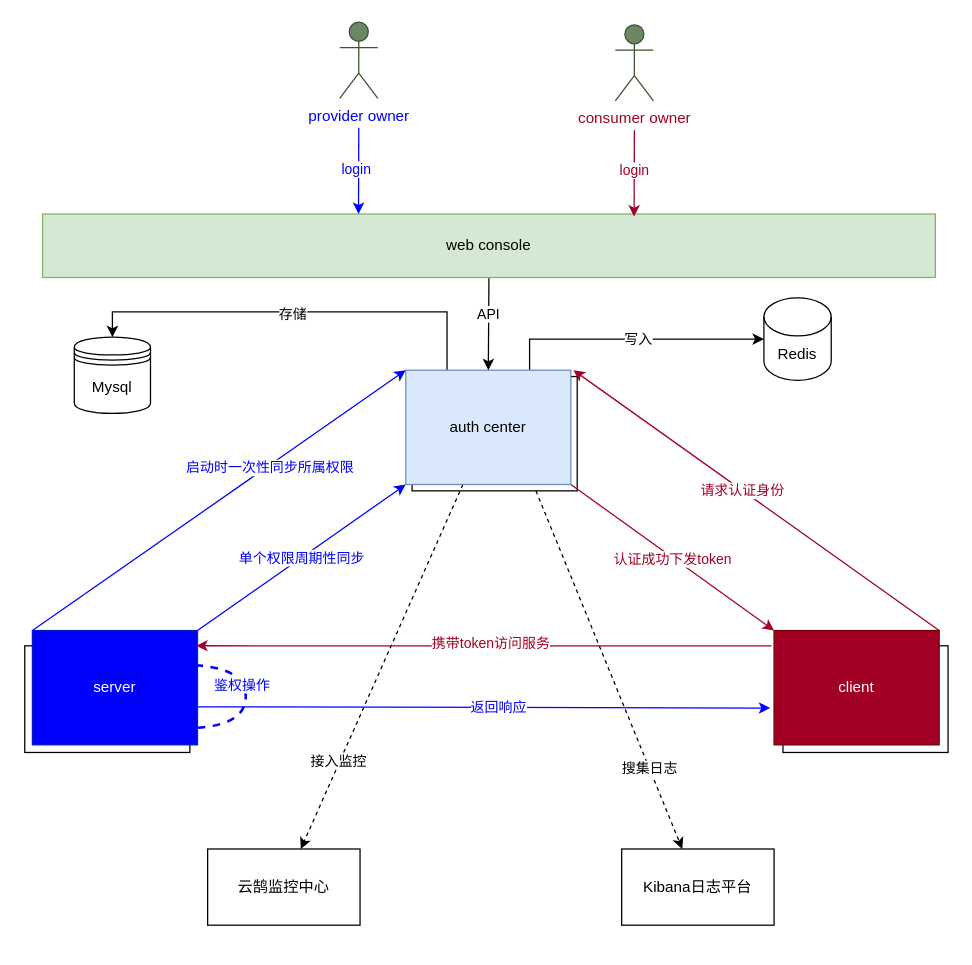
The draw.io diagram 鉴权中心一期.drawio in gitcodeporter/draw-uml, before the edit. Source tidied: cells renumbered, new cells numbered last; positions are measured from the earlier drawing's top-left corner, leaving out a move shared by most shapes. Both pictures are drawn from the tidied source at 127%, with x=0, y=0 at pixel (24, 22).
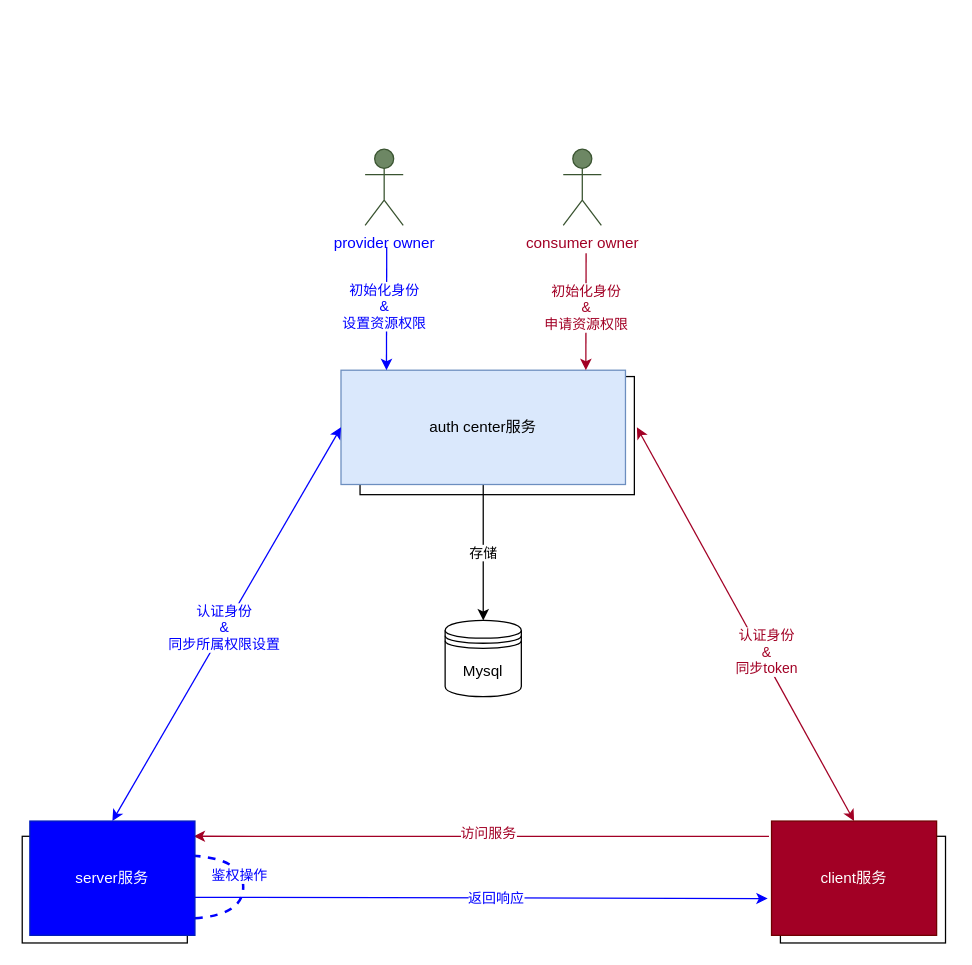
After the change.

Commit message (it also covers changes not shown here):
更新鉴权中心一期.drawio

What changed in the source:
```diff
@@
-    <mxCell id="2" style="edgeStyle=none;rounded=0;jettySize=auto;html=1;exitX=0.75;exitY=1;exitDx=0;exitDy=0;dashed=1;fontColor=#000000;startArrow=none;startFill=0;strokeColor=#000000;strokeWidth=1;" parent="1" edge="1" source="4" target="40">
-      <mxGeometry relative="1" as="geometry" />
-    </mxCell>
-    <mxCell id="3" value="搜集日志" style="edgeLabel;html=1;align=center;verticalAlign=middle;fontColor=#000000;" parent="2" vertex="1">
-      <mxGeometry x="0.55" relative="1" as="geometry" />
-    </mxCell>
     <mxCell id="4" style="rounded=0;whiteSpace=wrap;html=1;fillColor=#FFFFFF;" parent="1" vertex="1">
-      <mxGeometry x="305" y="279" width="130" height="90" as="geometry" />
+      <mxGeometry x="264" y="279" width="216" height="93" as="geometry" />
     </mxCell>
     <mxCell id="5" style="rounded=0;whiteSpace=wrap;html=1;fillColor=#FFFFFF;" parent="1" vertex="1">
-      <mxGeometry y="491" width="130" height="84" as="geometry" />
+      <mxGeometry x="-2" y="641" width="130" height="84" as="geometry" />
     </mxCell>
     <mxCell id="6" style="rounded=0;whiteSpace=wrap;html=1;fillColor=#FFFFFF;" parent="1" vertex="1">
-      <mxGeometry x="597" y="491" width="130" height="84" as="geometry" />
+      <mxGeometry x="595" y="641" width="130" height="84" as="geometry" />
     </mxCell>
-    <mxCell id="7" style="edgeStyle=none;rounded=0;jettySize=auto;html=1;strokeColor=#A20025;exitX=1;exitY=1;exitDx=0;exitDy=0;entryX=0;entryY=0;entryDx=0;entryDy=0;" parent="1" edge="1" source="15" target="23">
-      <mxGeometry relative="1" as="geometry" />
-    </mxCell>
-    <mxCell id="8" value="认证成功下发token" style="edgeLabel;html=1;align=center;verticalAlign=middle;fontColor=#A20025;" parent="7" vertex="1">
-      <mxGeometry x="0.03" relative="1" as="geometry">
-        <mxPoint x="-3" as="offset" />
-      </mxGeometry>
-    </mxCell>
-    <mxCell id="9" style="edgeStyle=orthogonalEdgeStyle;rounded=0;jettySize=auto;html=1;entryX=0.5;entryY=0;entryDx=0;entryDy=0;fontColor=#A20025;startArrow=none;startFill=0;strokeColor=#000000;strokeWidth=1;exitX=0.25;exitY=0;exitDx=0;exitDy=0;" parent="1" edge="1" source="15" target="37">
+    <mxCell id="9" style="edgeStyle=none;rounded=0;jettySize=auto;html=1;entryX=0.5;entryY=0;entryDx=0;entryDy=0;fontColor=#000000;startArrow=none;startFill=0;strokeColor=#000000;strokeWidth=1;" parent="1" edge="1" source="15" target="37">
       <mxGeometry relative="1" as="geometry" />
     </mxCell>
     <mxCell id="10" value="存储" style="edgeLabel;html=1;align=center;verticalAlign=middle;fontColor=#000000;" parent="9" vertex="1">
-      <mxGeometry x="0.02" y="1" relative="1" as="geometry" />
+      <mxGeometry x="-0.01" y="-1" relative="1" as="geometry" />
     </mxCell>
-    <mxCell id="11" style="edgeStyle=orthogonalEdgeStyle;rounded=0;jettySize=auto;html=1;fontColor=#A20025;startArrow=none;startFill=0;strokeColor=#000000;strokeWidth=1;exitX=0.75;exitY=0;exitDx=0;exitDy=0;" parent="1" edge="1" source="15" target="38">
-      <mxGeometry relative="1" as="geometry" />
-    </mxCell>
-    <mxCell id="12" value="写入" style="edgeLabel;html=1;align=center;verticalAlign=middle;fontColor=#000000;" parent="11" vertex="1">
-      <mxGeometry x="0.04" relative="1" as="geometry" />
-    </mxCell>
-    <mxCell id="13" style="rounded=0;jettySize=auto;html=1;fontColor=#000000;startArrow=none;startFill=0;strokeColor=#000000;strokeWidth=1;dashed=1;" parent="1" edge="1" source="15" target="39">
-      <mxGeometry relative="1" as="geometry" />
-    </mxCell>
-    <mxCell id="14" value="接入监控" style="edgeLabel;html=1;align=center;verticalAlign=middle;fontColor=#000000;" parent="13" vertex="1">
-      <mxGeometry x="0.52" y="-2" relative="1" as="geometry" />
-    </mxCell>
-    <mxCell id="15" value="auth center" style="rounded=0;whiteSpace=wrap;html=1;fillColor=#dae8fc;strokeColor=#6c8ebf;" parent="1" vertex="1">
-      <mxGeometry x="300" y="274" width="130" height="90" as="geometry" />
+    <mxCell id="15" value="auth center服务" style="rounded=0;whiteSpace=wrap;html=1;fillColor=#dae8fc;strokeColor=#6c8ebf;" parent="1" vertex="1">
+      <mxGeometry x="249" y="274" width="224" height="90" as="geometry" />
     </mxCell>
-    <mxCell id="16" style="edgeStyle=none;rounded=0;jettySize=auto;html=1;exitX=0.5;exitY=1;exitDx=0;exitDy=0;entryX=0.5;entryY=0;entryDx=0;entryDy=0;startArrow=none;startFill=0;strokeWidth=1;" parent="1" edge="1" source="18" target="15">
-      <mxGeometry relative="1" as="geometry" />
-    </mxCell>
-    <mxCell id="17" value="API" style="edgeLabel;html=1;align=center;verticalAlign=middle;" parent="16" vertex="1">
-      <mxGeometry x="-0.2" y="-1" relative="1" as="geometry" />
-    </mxCell>
-    <mxCell id="18" value="web console" style="rounded=0;whiteSpace=wrap;html=1;fillColor=#d5e8d4;strokeColor=#82b366;" parent="1" vertex="1">
-      <mxGeometry x="14" y="151" width="703" height="50" as="geometry" />
-    </mxCell>
     <mxCell id="19" style="edgeStyle=none;rounded=0;jettySize=auto;html=1;entryX=0.992;entryY=0.133;entryDx=0;entryDy=0;entryPerimeter=0;strokeColor=#A20025;" parent="1" edge="1" target="29">
       <mxGeometry relative="1" as="geometry">
-        <mxPoint x="588" y="491" as="sourcePoint" />
+        <mxPoint x="586" y="641" as="sourcePoint" />
+        <Array as="points">
+          <mxPoint x="396" y="641" />
+        </Array>
       </mxGeometry>
     </mxCell>
-    <mxCell id="20" value="携带token访问服务" style="edgeLabel;html=1;align=center;verticalAlign=middle;fontColor=#A20025;" parent="19" vertex="1">
+    <mxCell id="20" value="访问服务" style="edgeLabel;html=1;align=center;verticalAlign=middle;fontColor=#A20025;" parent="19" vertex="1">
       <mxGeometry x="0.14" relative="1" as="geometry">
         <mxPoint x="36" y="-2" as="offset" />
       </mxGeometry>
     </mxCell>
-    <mxCell id="21" style="edgeStyle=none;rounded=0;jettySize=auto;html=1;fontColor=#000000;startArrow=none;startFill=0;strokeColor=#A20025;strokeWidth=1;exitX=1;exitY=0;exitDx=0;exitDy=0;" parent="1" edge="1" source="23">
+    <mxCell id="21" style="edgeStyle=none;rounded=0;jettySize=auto;html=1;fontColor=#000000;startArrow=classic;startFill=1;strokeColor=#A20025;strokeWidth=1;exitX=0.5;exitY=0;exitDx=0;exitDy=0;" parent="1" edge="1" source="23">
       <mxGeometry relative="1" as="geometry">
-        <mxPoint x="432" y="274" as="targetPoint" />
+        <mxPoint x="482" y="319" as="targetPoint" />
       </mxGeometry>
     </mxCell>
-    <mxCell id="22" value="&lt;font color=&quot;#a20025&quot;&gt;请求认证身份&lt;/font&gt;" style="edgeLabel;html=1;align=center;verticalAlign=middle;fontColor=#000000;" parent="21" vertex="1">
-      <mxGeometry x="0.08" relative="1" as="geometry" />
+    <mxCell id="22" value="&lt;font color=&quot;#a20025&quot;&gt;认证身份&lt;br&gt;&amp;amp;&lt;br&gt;同步token&lt;br&gt;&lt;/font&gt;" style="edgeLabel;html=1;align=center;verticalAlign=middle;fontColor=#000000;" parent="21" vertex="1">
+      <mxGeometry x="0.08" relative="1" as="geometry">
+        <mxPoint x="23" y="34" as="offset" />
+      </mxGeometry>
     </mxCell>
-    <mxCell id="23" value="client" style="rounded=0;whiteSpace=wrap;html=1;fillColor=#a20025;strokeColor=#6F0000;fontColor=#ffffff;" parent="1" vertex="1">
-      <mxGeometry x="590" y="479" width="130" height="90" as="geometry" />
+    <mxCell id="23" value="client服务" style="rounded=0;whiteSpace=wrap;html=1;fillColor=#a20025;strokeColor=#6F0000;fontColor=#ffffff;" parent="1" vertex="1">
+      <mxGeometry x="588" y="629" width="130" height="90" as="geometry" />
     </mxCell>
-    <mxCell id="24" value="&lt;font color=&quot;#0000ff&quot;&gt;单个权限周期性同步&lt;/font&gt;" style="edgeStyle=none;rounded=0;jettySize=auto;html=1;exitX=1;exitY=0;exitDx=0;exitDy=0;entryX=0;entryY=1;entryDx=0;entryDy=0;strokeColor=#0000FF;" parent="1" edge="1" source="29" target="15">
-      <mxGeometry relative="1" as="geometry" />
-    </mxCell>
     <mxCell id="25" style="edgeStyle=none;rounded=0;jettySize=auto;html=1;exitX=1;exitY=0.667;exitDx=0;exitDy=0;exitPerimeter=0;strokeColor=#0000FF;" parent="1" edge="1" source="29">
       <mxGeometry relative="1" as="geometry">
-        <mxPoint x="587" y="540" as="targetPoint" />
+        <mxPoint x="585" y="690" as="targetPoint" />
       </mxGeometry>
     </mxCell>
@@
     <mxCell id="27" style="endArrow=none;dashed=1;html=1;strokeWidth=2;edgeStyle=orthogonalEdgeStyle;curved=1;strokeColor=#0000FF;" parent="1" edge="1">
       <mxGeometry relative="1" as="geometry">
-        <mxPoint x="124" y="556" as="sourcePoint" />
-        <mxPoint x="124" y="506" as="targetPoint" />
+        <mxPoint x="122" y="706" as="sourcePoint" />
+        <mxPoint x="122" y="656" as="targetPoint" />
         <Array as="points">
-          <mxPoint x="174" y="556" />
-          <mxPoint x="174" y="506" />
+          <mxPoint x="172" y="706" />
+          <mxPoint x="172" y="656" />
         </Array>
       </mxGeometry>
     </mxCell>
@@
-    <mxCell id="29" value="server" style="rounded=0;whiteSpace=wrap;html=1;fillColor=#0000FF;strokeColor=#001DBC;fontColor=#ffffff;" parent="1" vertex="1">
-      <mxGeometry x="6" y="479" width="130" height="90" as="geometry" />
+    <mxCell id="29" value="server服务" style="rounded=0;whiteSpace=wrap;html=1;fillColor=#0000FF;strokeColor=#001DBC;fontColor=#ffffff;" parent="1" vertex="1">
+      <mxGeometry x="4" y="629" width="130" height="90" as="geometry" />
     </mxCell>
     <mxCell id="30" style="edgeStyle=none;rounded=0;orthogonalLoop=1;jettySize=auto;html=1;entryX=0.25;entryY=0;entryDx=0;entryDy=0;startArrow=none;startFill=0;strokeWidth=1;strokeColor=#0000FF;" parent="1" edge="1">
       <mxGeometry relative="1" as="geometry">
-        <mxPoint x="263" y="83" as="sourcePoint" />
-        <mxPoint x="262.8" y="151" as="targetPoint" />
+        <mxPoint x="285" y="177" as="sourcePoint" />
+        <mxPoint x="284.8" y="274" as="targetPoint" />
       </mxGeometry>
     </mxCell>
-    <mxCell id="31" value="&lt;font color=&quot;#0000ff&quot;&gt;login&lt;/font&gt;" style="edgeLabel;html=1;align=center;verticalAlign=middle;fontColor=#000000;" parent="30" vertex="1">
+    <mxCell id="31" value="&lt;font color=&quot;#0000ff&quot;&gt;初始化身份&lt;br&gt;&amp;amp;&lt;br&gt;设置资源权限&lt;br&gt;&lt;/font&gt;" style="edgeLabel;html=1;align=center;verticalAlign=middle;fontColor=#000000;" parent="30" vertex="1">
       <mxGeometry x="-0.03" y="-2" relative="1" as="geometry" />
     </mxCell>
     <mxCell id="32" value="&lt;font color=&quot;#0000ff&quot;&gt;provider owner&lt;/font&gt;" style="shape=umlActor;verticalLabelPosition=bottom;verticalAlign=top;html=1;fillColor=#6d8764;strokeColor=#3A5431;fontColor=#ffffff;" parent="1" vertex="1">
-      <mxGeometry x="248" width="30" height="60" as="geometry" />
+      <mxGeometry x="268" y="100" width="30" height="60" as="geometry" />
     </mxCell>
     <mxCell id="33" style="edgeStyle=none;rounded=0;orthogonalLoop=1;jettySize=auto;html=1;entryX=0.25;entryY=0;entryDx=0;entryDy=0;startArrow=none;startFill=0;strokeWidth=1;strokeColor=#A20025;" parent="1" edge="1">
       <mxGeometry relative="1" as="geometry">
-        <mxPoint x="480" y="85" as="sourcePoint" />
-        <mxPoint x="479.8" y="153" as="targetPoint" />
+        <mxPoint x="442" y="182" as="sourcePoint" />
+        <mxPoint x="441.8" y="274" as="targetPoint" />
       </mxGeometry>
     </mxCell>
-    <mxCell id="34" value="login" style="edgeLabel;html=1;align=center;verticalAlign=middle;fontColor=#A20025;" parent="33" vertex="1">
+    <mxCell id="34" value="初始化身份&lt;br&gt;&amp;amp;&lt;br&gt;申请资源权限" style="edgeLabel;html=1;align=center;verticalAlign=middle;fontColor=#A20025;" parent="33" vertex="1">
       <mxGeometry x="-0.06" relative="1" as="geometry" />
     </mxCell>
     <mxCell id="35" value="&lt;font color=&quot;#a20025&quot;&gt;consumer owner&lt;/font&gt;" style="shape=umlActor;verticalLabelPosition=bottom;verticalAlign=top;html=1;fillColor=#6d8764;strokeColor=#3A5431;fontColor=#ffffff;" parent="1" vertex="1">
-      <mxGeometry x="465" y="2" width="30" height="60" as="geometry" />
+      <mxGeometry x="424" y="100" width="30" height="60" as="geometry" />
     </mxCell>
-    <mxCell id="36" value="&lt;font color=&quot;#0000ff&quot;&gt;启动时一次性同步所属权限&lt;/font&gt;" style="edgeStyle=none;rounded=0;jettySize=auto;html=1;exitX=0;exitY=0;exitDx=0;exitDy=0;entryX=0;entryY=0;entryDx=0;entryDy=0;strokeColor=#0000FF;entryPerimeter=0;" parent="1" edge="1" source="29" target="15">
-      <mxGeometry x="0.26" y="-2" relative="1" as="geometry" />
+    <mxCell id="36" value="&lt;font color=&quot;#0000ff&quot;&gt;认证身份&lt;br&gt;&amp;amp;&lt;br&gt;同步所属权限设置&lt;/font&gt;" style="edgeStyle=none;rounded=0;jettySize=auto;html=1;exitX=0.5;exitY=0;exitDx=0;exitDy=0;entryX=0;entryY=0.5;entryDx=0;entryDy=0;strokeColor=#0000FF;startArrow=classic;startFill=1;" parent="1" edge="1" source="29" target="15">
+      <mxGeometry x="-0.02" relative="1" as="geometry" />
     </mxCell>
     <mxCell id="37" value="Mysql" style="shape=datastore;whiteSpace=wrap;html=1;" parent="1" vertex="1">
-      <mxGeometry x="39" y="248" width="60" height="60" as="geometry" />
+      <mxGeometry x="331" y="471" width="60" height="60" as="geometry" />
     </mxCell>
-    <mxCell id="38" value="Redis" style="shape=cylinder3;whiteSpace=wrap;html=1;boundedLbl=1;backgroundOutline=1;size=15;" parent="1" vertex="1">
-      <mxGeometry x="582" y="217" width="53" height="65" as="geometry" />
-    </mxCell>
-    <mxCell id="39" value="云鹄监控中心" style="rounded=0;whiteSpace=wrap;html=1;fontColor=#000000;fillColor=#FFFFFF;" parent="1" vertex="1">
-      <mxGeometry x="144" y="651" width="120" height="60" as="geometry" />
-    </mxCell>
-    <mxCell id="40" value="Kibana日志平台" style="rounded=0;whiteSpace=wrap;html=1;fontColor=#000000;fillColor=#FFFFFF;" parent="1" vertex="1">
-      <mxGeometry x="470" y="651" width="120" height="60" as="geometry" />
-    </mxCell>
```
